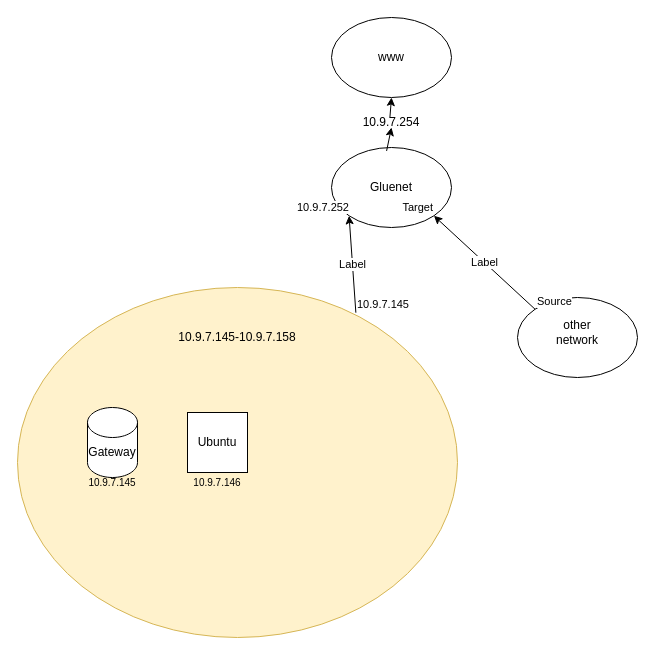
The draw.io diagram docs/netzwerk.drawio in nWakolbinger/nwt-projekt-subnetze-wak-wolf, before the edit. Source tidied: cells renumbered, new cells numbered last; positions are measured from the earlier drawing's top-left corner, leaving out a move shared by most shapes. Both pictures are drawn from the tidied source at 100%, with x=0, y=0 at pixel (17, 17).
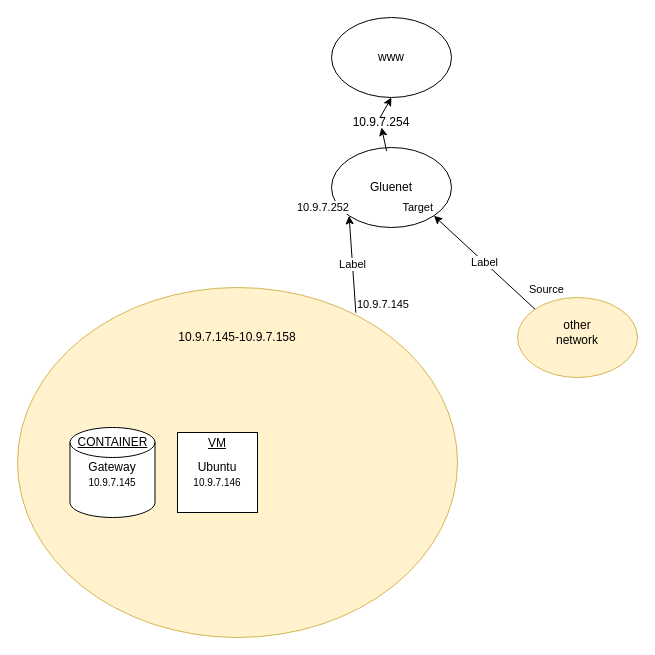
The same page after the edit.

The change refers to these unchanged cells:
```xml
<mxCell id="13" style="endArrow=classic;html=1;rounded=0;entryX=1;entryY=1;entryDx=0;entryDy=0;exitX=0;exitY=0;exitDx=0;exitDy=0;" parent="1" edge="1" source="6" target="2">
  <mxGeometry relative="1" as="geometry" />
</mxCell>
```

What changed in the source:
```diff
@@
-    <mxCell id="6" style="ellipse;whiteSpace=wrap;html=1;" parent="1" vertex="1">
+    <mxCell id="6" style="ellipse;whiteSpace=wrap;html=1;fillColor=#fff2cc;strokeColor=#d6b656;" parent="1" vertex="1">
       <mxGeometry x="500" y="280" width="120" height="80" as="geometry" />
     </mxCell>
@@
     <mxCell id="15" value="Source" style="edgeLabel;html=1;align=left;verticalAlign=bottom;" parent="13" vertex="1">
-      <mxGeometry x="-1" relative="1" as="geometry" />
+      <mxGeometry x="-1" relative="1" as="geometry">
+        <mxPoint x="-8" y="-12" as="offset" />
+      </mxGeometry>
     </mxCell>
@@
     <mxCell id="19" value="10.9.7.254" style="text;html=1;strokeColor=none;fillColor=none;align=center;verticalAlign=middle;whiteSpace=wrap;rounded=0;" parent="1" vertex="1">
-      <mxGeometry x="354" y="100" width="40" height="10" as="geometry" />
+      <mxGeometry x="344" y="100" width="40" height="10" as="geometry" />
     </mxCell>
@@
-    <mxCell id="21" style="shape=cylinder3;whiteSpace=wrap;html=1;boundedLbl=1;backgroundOutline=1;size=15;" parent="1" vertex="1">
-      <mxGeometry x="70" y="390" width="50" height="70" as="geometry" />
-    </mxCell>
     <mxCell id="22" style="whiteSpace=wrap;html=1;" parent="1" vertex="1">
-      <mxGeometry x="170" y="395" width="60" height="60" as="geometry" />
+      <mxGeometry x="160" y="415" width="80" height="80" as="geometry" />
     </mxCell>
     <mxCell id="23" value="Ubuntu" style="text;html=1;strokeColor=none;fillColor=none;align=center;verticalAlign=middle;whiteSpace=wrap;rounded=0;" parent="1" vertex="1">
-      <mxGeometry x="170" y="410" width="60" height="30" as="geometry" />
+      <mxGeometry x="175" y="441.2" width="50" height="17.5" as="geometry" />
     </mxCell>
+    <mxCell id="27" style="shape=cylinder3;whiteSpace=wrap;html=1;boundedLbl=1;backgroundOutline=1;size=15;" parent="1" vertex="1">
+      <mxGeometry x="52.5" y="410" width="85" height="90" as="geometry" />
+    </mxCell>
     <mxCell id="24" value="Gateway" style="text;html=1;strokeColor=none;fillColor=none;align=center;verticalAlign=middle;whiteSpace=wrap;rounded=0;" parent="1" vertex="1">
-      <mxGeometry x="65" y="420" width="60" height="30" as="geometry" />
+      <mxGeometry x="65" y="435" width="60" height="30" as="geometry" />
     </mxCell>
@@
+    <mxCell id="28" value="CONTAINER" style="text;html=1;strokeColor=none;fillColor=none;align=center;verticalAlign=middle;whiteSpace=wrap;rounded=0;fontStyle=4;" parent="1" vertex="1">
+      <mxGeometry x="72.5" y="417.5" width="45" height="15" as="geometry" />
+    </mxCell>
+    <mxCell id="29" value="&lt;u&gt;VM&lt;/u&gt;" style="text;html=1;strokeColor=none;fillColor=none;align=center;verticalAlign=middle;whiteSpace=wrap;rounded=0;" parent="1" vertex="1">
+      <mxGeometry x="170" y="411.2" width="60" height="30" as="geometry" />
+    </mxCell>
```
